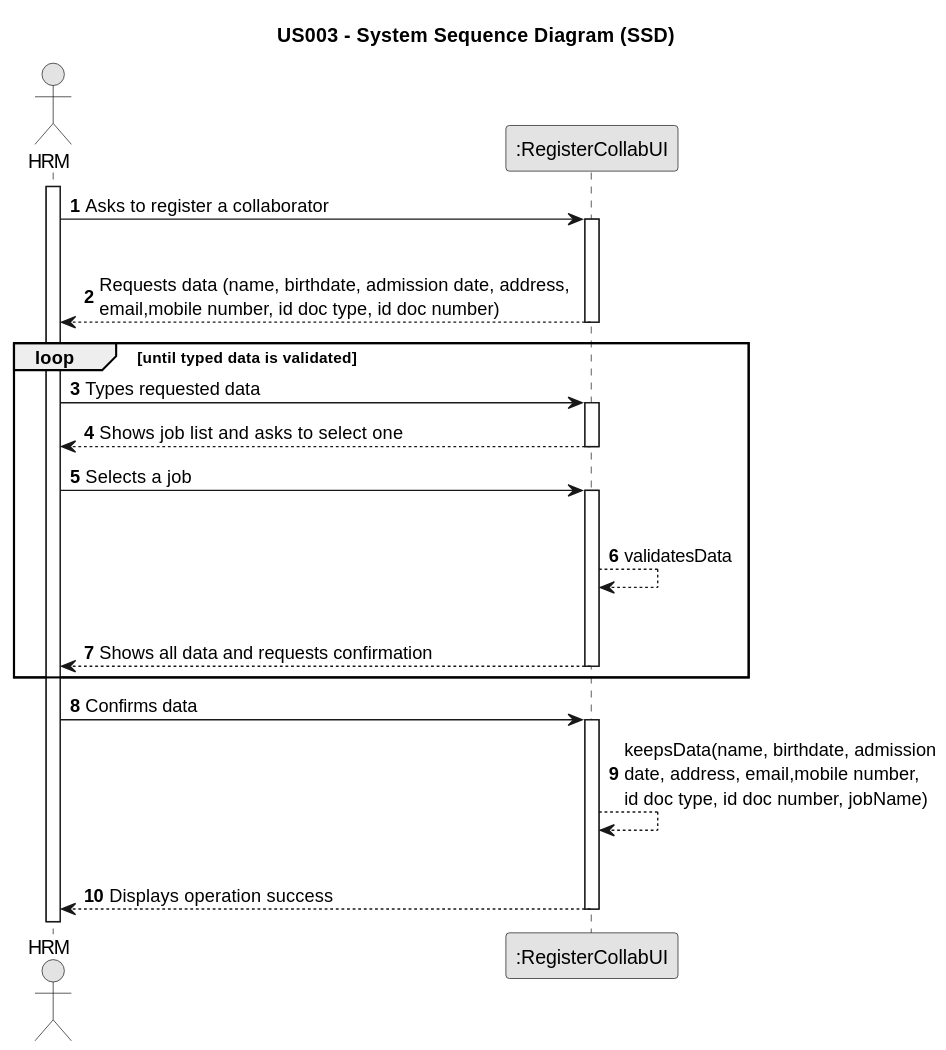
This is docs/sprintB/us003/01.requirements-engineering/svg/us003-system-sequence-diagram.svg from Rui-San/LAPR2_2023_2024, a PlantUML export, as it was before one commit.
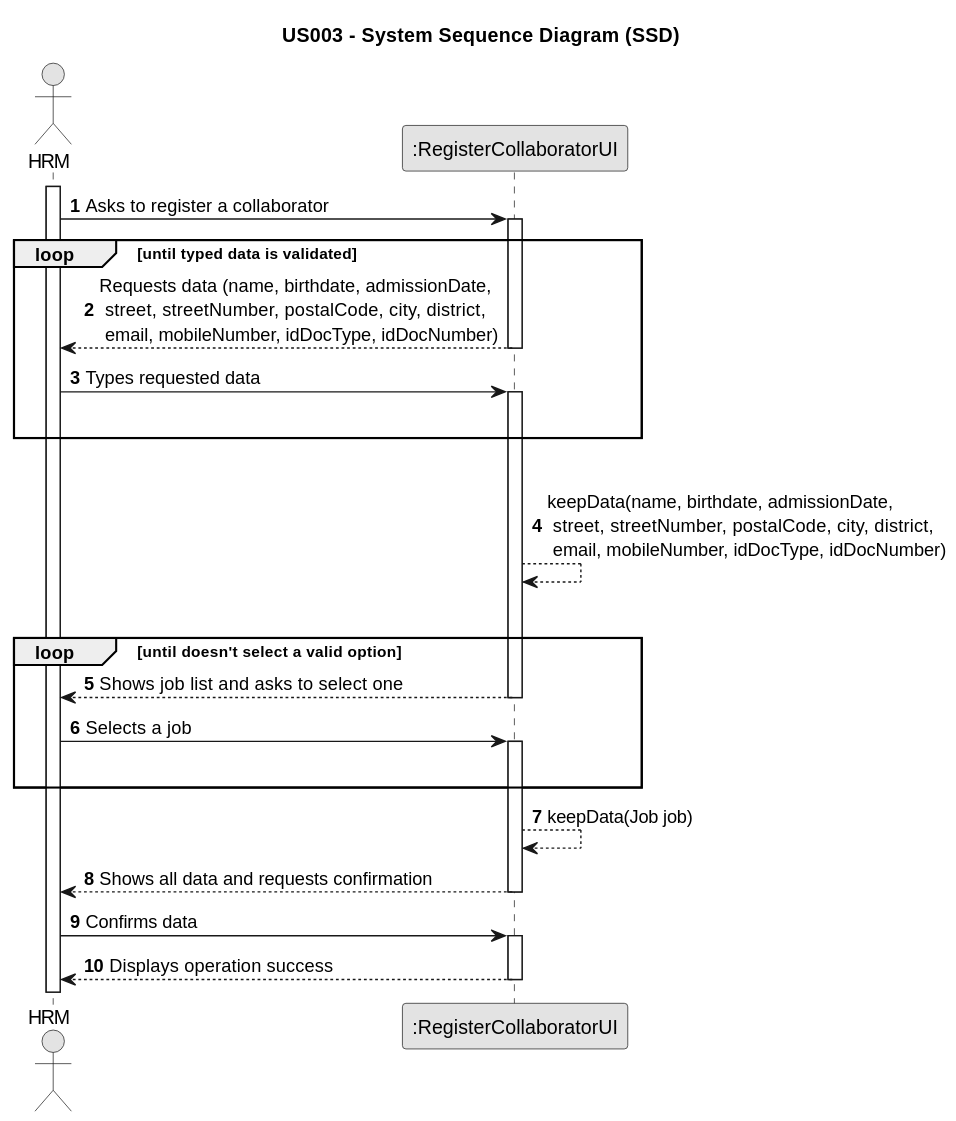
After the commit.

Commit message:
US003 - Added loop for choosing job option on System Sequence and fixed SSD based on System Sequence changes (updated both svgs)

The edit, as a diff of the source:
```diff
@@ -7,40 +7,48 @@
 
 autonumber
 
-actor "HRM" as Employee
-participant ":RegisterCollabUI" as System
+actor "HRM" as HRM
+participant ":RegisterCollaboratorUI" as UI
 
-activate Employee
+activate HRM
 
-    Employee -> System : Asks to register a collaborator
+    HRM -> UI : Asks to register a collaborator
 
-    activate System
+    activate UI
+    loop until typed data is validated
+
+        UI --> HRM : Requests data (name, birthdate, admissionDate,\n street, streetNumber, postalCode, city, district,\n email, mobileNumber, idDocType, idDocNumber)
+    deactivate UI
+
+    HRM -> UI : Types requested data
+
+    activate UI
+    |||
+
+    end
+    |||
+        UI --> UI : keepData(name, birthdate, admissionDate,\n street, streetNumber, postalCode, city, district,\n email, mobileNumber, idDocType, idDocNumber)
         |||
-        System --> Employee : Requests data (name, birthdate, admission date, address, \nemail,mobile number, id doc type, id doc number)
-    deactivate System
 
-    loop until typed data is validated
-    Employee -> System : Types requested data
 
-    activate System
+         loop until doesn't select a valid option
+                UI --> HRM : Shows job list and asks to select one
+            deactivate UI
 
-        System --> Employee : Shows job list and asks to select one
-    deactivate System
+            HRM -> UI : Selects a job
 
-    Employee -> System : Selects a job
+            activate UI
+            |||
+            end
 
-    activate System
-        |||
-        System --> System : validatesData
-        |||
-        System --> Employee : Shows all data and requests confirmation
-    deactivate System
-    end
-    Employee -> System : Confirms data
+        UI --> UI : keepData(Job job)
+        UI --> HRM : Shows all data and requests confirmation
+    deactivate UI
 
-    activate System
-        System --> System : keepsData(name, birthdate, admission\ndate, address, email,mobile number,\nid doc type, id doc number, jobName)
-        |||
-        System --> Employee : Displays operation success
-    deactivate System
+    HRM -> UI : Confirms data
+
+    activate UI
+
+        UI --> HRM : Displays operation success
+    deactivate UI
 @enduml
```
